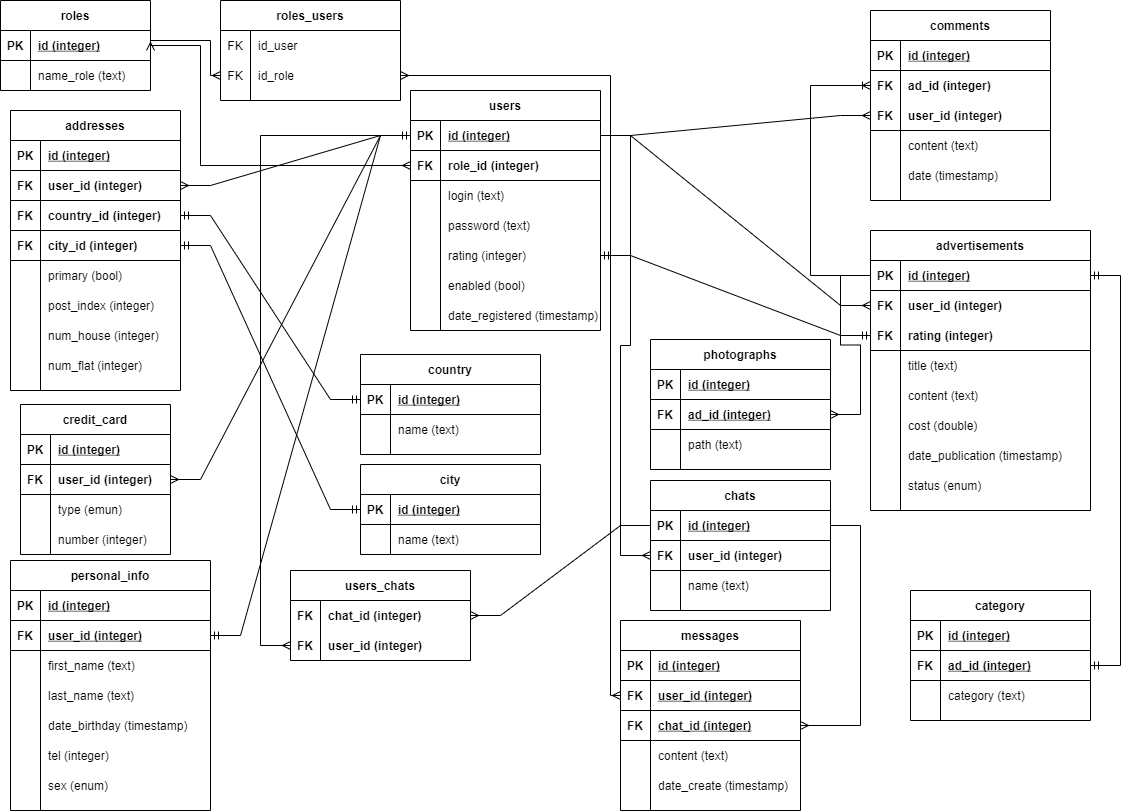
The draw.io diagram DiagramaSQL/ER-diagram.png in ElisBuh/PrivateAdvertisements, before a commit. Source tidied: cells renumbered, new cells last; positions are measured from the earlier drawing's top-left corner, leaving out a move shared by most shapes.
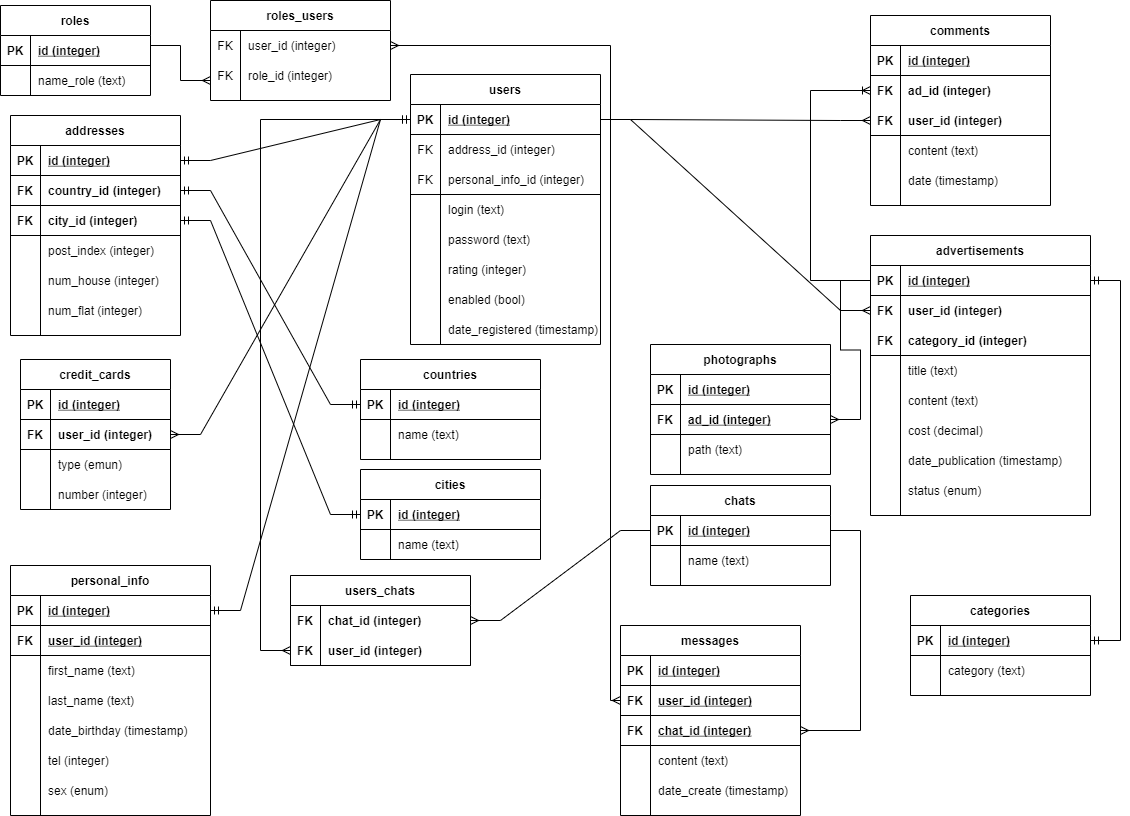
The same diagram one commit later.

The edit, as a diff of the source:
```diff
@@ -26,3 +26,3 @@
     <mxCell id="9" value="users" style="shape=table;startSize=30;rowLines=0;fontStyle=1;align=center;strokeColor=default;" parent="1" vertex="1">
-      <mxGeometry x="410" y="90" width="190" height="240" as="geometry" />
+      <mxGeometry x="410" y="69" width="190" height="270" as="geometry" />
     </mxCell>
@@ -37,13 +37,22 @@
     </mxCell>
-    <mxCell id="13" style="shape=partialRectangle;fillColor=none;top=0;left=0;bottom=1;right=0;points=[[0,0.5],[1,0.5]];portConstraint=eastwest;strokeColor=default;" parent="9" vertex="1">
-      <mxGeometry y="60" width="190" height="30" as="geometry" />
-    </mxCell>
-    <mxCell id="14" value="FK" style="shape=partialRectangle;fillColor=none;top=0;left=0;bottom=0;right=0;fontStyle=1;overflow=hidden;" parent="13" vertex="1">
-      <mxGeometry width="30" height="30" as="geometry" />
-    </mxCell>
-    <mxCell id="15" value="role_id (integer)" style="shape=partialRectangle;fillColor=none;top=0;left=0;bottom=0;right=0;align=left;spacingLeft=6;fontStyle=1;overflow=hidden;strokeColor=none;" parent="13" vertex="1">
-      <mxGeometry x="30" width="160" height="30" as="geometry" />
-    </mxCell>
+    <mxCell id="225" style="shape=partialRectangle;fillColor=none;top=0;left=0;bottom=0;right=0;strokeColor=default;" parent="9" vertex="1">
+      <mxGeometry y="60" width="190" height="30" as="geometry" />
+    </mxCell>
+    <mxCell id="226" value="FK" style="shape=partialRectangle;fillColor=none;top=0;left=0;bottom=0;right=0;overflow=hidden;" parent="225" vertex="1">
+      <mxGeometry width="30" height="30" as="geometry" />
+    </mxCell>
+    <mxCell id="227" value="address_id (integer)" style="shape=partialRectangle;fillColor=none;top=0;left=0;bottom=0;right=0;align=left;spacingLeft=6;overflow=hidden;" parent="225" vertex="1">
+      <mxGeometry x="30" width="160" height="30" as="geometry" />
+    </mxCell>
+    <mxCell id="228" style="shape=partialRectangle;fillColor=none;top=0;left=0;bottom=1;right=0;strokeColor=default;shadow=0;strokeWidth=1;" parent="9" vertex="1">
+      <mxGeometry y="90" width="190" height="30" as="geometry" />
+    </mxCell>
+    <mxCell id="229" value="FK" style="shape=partialRectangle;fillColor=none;top=0;left=0;bottom=0;right=0;overflow=hidden;" parent="228" vertex="1">
+      <mxGeometry width="30" height="30" as="geometry" />
+    </mxCell>
+    <mxCell id="230" value="personal_info_id (integer)" style="shape=partialRectangle;fillColor=none;top=0;left=0;bottom=0;right=0;align=left;spacingLeft=6;overflow=hidden;" parent="228" vertex="1">
+      <mxGeometry x="30" width="160" height="30" as="geometry" />
+    </mxCell>
     <mxCell id="16" style="shape=partialRectangle;fillColor=none;top=0;left=0;bottom=0;right=0;" parent="9" vertex="1">
-      <mxGeometry y="90" width="190" height="30" as="geometry" />
+      <mxGeometry y="120" width="190" height="30" as="geometry" />
     </mxCell>
@@ -56,3 +65,3 @@
     <mxCell id="19" style="shape=partialRectangle;fillColor=none;top=0;left=0;bottom=0;right=0;" parent="9" vertex="1">
-      <mxGeometry y="120" width="190" height="30" as="geometry" />
+      <mxGeometry y="150" width="190" height="30" as="geometry" />
     </mxCell>
@@ -65,3 +74,3 @@
     <mxCell id="22" style="shape=partialRectangle;fillColor=none;top=0;left=0;bottom=0;right=0;points=[[0,0.5],[1,0.5]];portConstraint=eastwest;" parent="9" vertex="1">
-      <mxGeometry y="150" width="190" height="30" as="geometry" />
+      <mxGeometry y="180" width="190" height="30" as="geometry" />
     </mxCell>
@@ -74,3 +83,3 @@
     <mxCell id="25" style="shape=partialRectangle;fillColor=none;top=0;left=0;bottom=0;right=0;" parent="9" vertex="1">
-      <mxGeometry y="180" width="190" height="30" as="geometry" />
+      <mxGeometry y="210" width="190" height="30" as="geometry" />
     </mxCell>
@@ -83,3 +92,3 @@
     <mxCell id="28" style="shape=partialRectangle;fillColor=none;top=0;left=0;bottom=0;right=0;" parent="9" vertex="1">
-      <mxGeometry y="210" width="190" height="30" as="geometry" />
+      <mxGeometry y="240" width="190" height="30" as="geometry" />
     </mxCell>
@@ -92,3 +101,3 @@
     <mxCell id="31" value="addresses" style="shape=table;startSize=30;rowLines=0;fontStyle=1;align=center;strokeColor=default;fillColor=none;" parent="1" vertex="1">
-      <mxGeometry x="10" y="110" width="170" height="280" as="geometry" />
+      <mxGeometry x="10" y="110" width="170" height="220" as="geometry" />
     </mxCell>
@@ -103,13 +112,4 @@
     </mxCell>
-    <mxCell id="35" style="shape=partialRectangle;fillColor=none;top=0;left=0;bottom=1;right=0;points=[[0,0.5],[1,0.5]];portConstraint=eastwest;strokeColor=default;align=left;" parent="31" vertex="1">
-      <mxGeometry y="60" width="170" height="30" as="geometry" />
-    </mxCell>
-    <mxCell id="36" value="FK" style="shape=partialRectangle;fillColor=none;top=0;left=0;bottom=0;right=0;fontStyle=1;overflow=hidden;strokeColor=default;align=center;" parent="35" vertex="1">
-      <mxGeometry width="30" height="30" as="geometry" />
-    </mxCell>
-    <mxCell id="37" value="user_id (integer)" style="shape=partialRectangle;fillColor=none;top=0;left=0;bottom=0;right=0;align=left;spacingLeft=6;fontStyle=1;overflow=hidden;strokeColor=default;" parent="35" vertex="1">
-      <mxGeometry x="30" width="140" height="30" as="geometry" />
-    </mxCell>
     <mxCell id="38" style="shape=partialRectangle;fillColor=none;top=0;left=0;bottom=1;right=0;points=[[0,0.5],[1,0.5]];portConstraint=eastwest;strokeColor=default;align=left;" parent="31" vertex="1">
-      <mxGeometry y="90" width="170" height="30" as="geometry" />
+      <mxGeometry y="60" width="170" height="30" as="geometry" />
     </mxCell>
@@ -122,3 +122,3 @@
     <mxCell id="41" style="shape=partialRectangle;fillColor=none;top=0;left=0;bottom=1;right=0;points=[[0,0.5],[1,0.5]];portConstraint=eastwest;strokeColor=default;align=left;" parent="31" vertex="1">
-      <mxGeometry y="120" width="170" height="30" as="geometry" />
+      <mxGeometry y="90" width="170" height="30" as="geometry" />
     </mxCell>
@@ -130,13 +130,4 @@
     </mxCell>
-    <mxCell id="44" style="shape=partialRectangle;fillColor=none;top=0;left=0;bottom=0;right=0;strokeColor=default;align=left;" parent="31" vertex="1">
-      <mxGeometry y="150" width="170" height="30" as="geometry" />
-    </mxCell>
-    <mxCell id="45" style="shape=partialRectangle;fillColor=none;top=0;left=0;bottom=0;right=0;overflow=hidden;strokeColor=default;align=left;" parent="44" vertex="1">
-      <mxGeometry width="30" height="30" as="geometry" />
-    </mxCell>
-    <mxCell id="46" value="primary (bool)" style="shape=partialRectangle;fillColor=none;top=0;left=0;bottom=0;right=0;align=left;spacingLeft=6;overflow=hidden;strokeColor=default;" parent="44" vertex="1">
-      <mxGeometry x="30" width="140" height="30" as="geometry" />
-    </mxCell>
     <mxCell id="47" style="shape=partialRectangle;fillColor=none;top=0;left=0;bottom=0;right=0;strokeColor=default;align=left;" parent="31" vertex="1">
-      <mxGeometry y="180" width="170" height="30" as="geometry" />
+      <mxGeometry y="120" width="170" height="30" as="geometry" />
     </mxCell>
@@ -149,3 +140,3 @@
     <mxCell id="50" style="shape=partialRectangle;fillColor=none;top=0;left=0;bottom=0;right=0;strokeColor=default;align=left;" parent="31" vertex="1">
-      <mxGeometry y="210" width="170" height="30" as="geometry" />
+      <mxGeometry y="150" width="170" height="30" as="geometry" />
     </mxCell>
@@ -158,3 +149,3 @@
     <mxCell id="53" style="shape=partialRectangle;fillColor=none;top=0;left=0;bottom=0;right=0;strokeColor=default;align=left;" parent="31" vertex="1">
-      <mxGeometry y="240" width="170" height="30" as="geometry" />
+      <mxGeometry y="180" width="170" height="30" as="geometry" />
     </mxCell>
@@ -166,7 +157,4 @@
     </mxCell>
-    <mxCell id="56" style="edgeStyle=entityRelationEdgeStyle;fontSize=12;html=1;endArrow=ERmany;rounded=0;entryX=1;entryY=0.5;entryDx=0;entryDy=0;exitX=0;exitY=0.5;exitDx=0;exitDy=0;" parent="1" edge="1" source="10" target="35">
-      <mxGeometry relative="1" as="geometry" />
-    </mxCell>
-    <mxCell id="57" value="credit_card" style="shape=table;startSize=30;rowLines=0;fontStyle=1;align=center;" parent="1" vertex="1">
-      <mxGeometry x="20" y="404" width="150" height="150" as="geometry" />
+    <mxCell id="57" value="credit_cards" style="shape=table;startSize=30;rowLines=0;fontStyle=1;align=center;" parent="1" vertex="1">
+      <mxGeometry x="20" y="354" width="150" height="150" as="geometry" />
     </mxCell>
@@ -235,8 +223,8 @@
     </mxCell>
-    <mxCell id="79" value="FK" style="shape=partialRectangle;fillColor=none;top=0;left=0;bottom=0;right=0;fontStyle=1;overflow=hidden;strokeColor=default;" parent="78" vertex="1">
-      <mxGeometry width="30" height="30" as="geometry" />
-    </mxCell>
-    <mxCell id="80" value="rating (integer)" style="shape=partialRectangle;fillColor=none;top=0;left=0;bottom=0;right=0;align=left;spacingLeft=6;fontStyle=1;overflow=hidden;strokeColor=default;" parent="78" vertex="1">
-      <mxGeometry x="30" width="190" height="30" as="geometry" />
-    </mxCell>
+    <mxCell id="231" value="FK" style="shape=partialRectangle;fillColor=none;top=0;left=0;bottom=0;right=0;fontStyle=1;overflow=hidden;strokeColor=default;" parent="78" vertex="1">
+      <mxGeometry width="30" height="30" as="geometry" />
+    </mxCell>
+    <mxCell id="232" value="category_id (integer)" style="shape=partialRectangle;fillColor=none;top=0;left=0;bottom=0;right=0;align=left;spacingLeft=6;fontStyle=1;overflow=hidden;strokeColor=default;" parent="78" vertex="1">
+      <mxGeometry x="30" width="190" height="30" as="geometry" />
+    </mxCell>
     <mxCell id="81" style="shape=partialRectangle;fillColor=none;top=0;left=0;bottom=0;right=0;strokeColor=default;" parent="71" vertex="1">
@@ -265,3 +253,3 @@
     </mxCell>
-    <mxCell id="89" value="cost (double)" style="shape=partialRectangle;fillColor=none;top=0;left=0;bottom=0;right=0;align=left;spacingLeft=6;overflow=hidden;strokeColor=default;" parent="87" vertex="1">
+    <mxCell id="89" value="cost (decimal)" style="shape=partialRectangle;fillColor=none;top=0;left=0;bottom=0;right=0;align=left;spacingLeft=6;overflow=hidden;strokeColor=default;" parent="87" vertex="1">
       <mxGeometry x="30" width="190" height="30" as="geometry" />
@@ -348,7 +336,4 @@
     </mxCell>
-    <mxCell id="115" style="edgeStyle=entityRelationEdgeStyle;fontSize=12;html=1;endArrow=ERmandOne;startArrow=ERmandOne;rounded=0;exitX=1;exitY=0.5;exitDx=0;exitDy=0;entryX=0;entryY=0.5;entryDx=0;entryDy=0;" parent="1" edge="1" source="22" target="78">
-      <mxGeometry relative="1" as="geometry" />
-    </mxCell>
     <mxCell id="116" value="chats" style="shape=table;startSize=30;rowLines=0;fontStyle=1;align=center;strokeColor=default;" parent="1" vertex="1">
-      <mxGeometry x="650" y="480" width="180" height="130" as="geometry" />
+      <mxGeometry x="650" y="480" width="180" height="100" as="geometry" />
     </mxCell>
@@ -363,13 +348,4 @@
     </mxCell>
-    <mxCell id="120" style="shape=partialRectangle;fillColor=none;top=0;left=0;bottom=1;right=0;points=[[0,0.5],[1,0.5]];portConstraint=eastwest;strokeColor=default;" parent="116" vertex="1">
-      <mxGeometry y="60" width="180" height="30" as="geometry" />
-    </mxCell>
-    <mxCell id="121" value="FK" style="shape=partialRectangle;fillColor=none;top=0;left=0;bottom=0;right=0;fontStyle=1;overflow=hidden;strokeColor=default;" parent="120" vertex="1">
-      <mxGeometry width="30" height="30" as="geometry" />
-    </mxCell>
-    <mxCell id="122" value="user_id (integer)" style="shape=partialRectangle;fillColor=none;top=0;left=0;bottom=0;right=0;align=left;spacingLeft=6;fontStyle=1;overflow=hidden;strokeColor=default;" parent="120" vertex="1">
-      <mxGeometry x="30" width="150" height="30" as="geometry" />
-    </mxCell>
     <mxCell id="123" style="shape=partialRectangle;fillColor=none;top=0;left=0;bottom=0;right=0;strokeColor=default;" parent="116" vertex="1">
-      <mxGeometry y="90" width="180" height="30" as="geometry" />
+      <mxGeometry y="60" width="180" height="30" as="geometry" />
     </mxCell>
@@ -381,5 +357,2 @@
     </mxCell>
-    <mxCell id="126" style="edgeStyle=entityRelationEdgeStyle;fontSize=12;html=1;endArrow=ERmany;rounded=0;exitX=1;exitY=0.5;exitDx=0;exitDy=0;" parent="1" edge="1" source="10" target="120">
-      <mxGeometry relative="1" as="geometry" />
-    </mxCell>
     <mxCell id="127" value="users_chats" style="shape=table;startSize=30;rowLines=0;fontStyle=1;align=center;strokeColor=default;" parent="1" vertex="1">
@@ -477,4 +450,4 @@
     </mxCell>
-    <mxCell id="154" value="category" style="shape=table;startSize=30;rowLines=0;fontStyle=1;align=center;" parent="1" vertex="1">
-      <mxGeometry x="910" y="590" width="180" height="130" as="geometry" />
+    <mxCell id="154" value="categories" style="shape=table;startSize=30;rowLines=0;fontStyle=1;align=center;" parent="1" vertex="1">
+      <mxGeometry x="910" y="590" width="180" height="100" as="geometry" />
     </mxCell>
@@ -489,13 +462,4 @@
     </mxCell>
-    <mxCell id="158" style="shape=partialRectangle;fillColor=none;top=0;left=0;bottom=1;right=0;points=[[0,0.5],[1,0.5]];portConstraint=eastwest;" parent="154" vertex="1">
-      <mxGeometry y="60" width="180" height="30" as="geometry" />
-    </mxCell>
-    <mxCell id="159" value="FK" style="shape=partialRectangle;fillColor=none;top=0;left=0;bottom=0;right=0;fontStyle=1;overflow=hidden;" parent="158" vertex="1">
-      <mxGeometry width="30" height="30" as="geometry" />
-    </mxCell>
-    <mxCell id="160" value="ad_id (integer)" style="shape=partialRectangle;fillColor=none;top=0;left=0;bottom=0;right=0;align=left;spacingLeft=6;fontStyle=5;overflow=hidden;" parent="158" vertex="1">
-      <mxGeometry x="30" width="150" height="30" as="geometry" />
-    </mxCell>
     <mxCell id="161" style="shape=partialRectangle;fillColor=none;top=0;left=0;bottom=0;right=0;" parent="154" vertex="1">
-      <mxGeometry y="90" width="180" height="30" as="geometry" />
+      <mxGeometry y="60" width="180" height="30" as="geometry" />
     </mxCell>
@@ -507,3 +471,3 @@
     </mxCell>
-    <mxCell id="164" style="edgeStyle=entityRelationEdgeStyle;fontSize=12;html=1;endArrow=ERmandOne;startArrow=ERmandOne;rounded=0;entryX=1;entryY=0.5;entryDx=0;entryDy=0;" parent="1" edge="1" source="158" target="72">
+    <mxCell id="164" style="edgeStyle=entityRelationEdgeStyle;fontSize=12;html=1;endArrow=ERmandOne;startArrow=ERmandOne;rounded=0;entryX=1;entryY=0.5;entryDx=0;entryDy=0;exitX=1;exitY=0.5;exitDx=0;exitDy=0;" parent="1" edge="1" source="155" target="72">
       <mxGeometry relative="1" as="geometry" />
@@ -576,14 +540,5 @@
     </mxCell>
-    <mxCell id="187" style="edgeStyle=entityRelationEdgeStyle;fontSize=12;html=1;endArrow=ERmandOne;startArrow=ERmandOne;rounded=0;" parent="1" edge="1" source="169" target="10">
+    <mxCell id="187" style="edgeStyle=entityRelationEdgeStyle;fontSize=12;html=1;endArrow=ERmandOne;startArrow=ERmandOne;rounded=0;exitX=1;exitY=0.5;exitDx=0;exitDy=0;" parent="1" edge="1" source="166" target="10">
       <mxGeometry relative="1" as="geometry" />
     </mxCell>
-    <mxCell id="188" style="edgeStyle=orthogonalEdgeStyle;fontSize=12;html=1;endArrow=ERmany;startArrow=ERmany;rounded=0;" parent="1" edge="1" target="13">
-      <mxGeometry relative="1" as="geometry">
-        <mxPoint x="150" y="50" as="sourcePoint" />
-        <Array as="points">
-          <mxPoint x="200" y="45" />
-          <mxPoint x="200" y="165" />
-        </Array>
-      </mxGeometry>
-    </mxCell>
     <mxCell id="189" value="photographs" style="shape=table;startSize=30;rowLines=0;fontStyle=1;align=center;" parent="1" vertex="1">
@@ -621,3 +576,3 @@
     </mxCell>
-    <mxCell id="200" value="country" style="shape=table;startSize=30;rowLines=0;fontStyle=1;align=center;" parent="1" vertex="1">
+    <mxCell id="200" value="countries" style="shape=table;startSize=30;rowLines=0;fontStyle=1;align=center;" parent="1" vertex="1">
       <mxGeometry x="360" y="354" width="180" height="100" as="geometry" />
@@ -645,3 +600,3 @@
     </mxCell>
-    <mxCell id="208" value="city" style="shape=table;startSize=30;rowLines=0;fontStyle=1;align=center;" parent="1" vertex="1">
+    <mxCell id="208" value="cities" style="shape=table;startSize=30;rowLines=0;fontStyle=1;align=center;" parent="1" vertex="1">
       <mxGeometry x="360" y="464" width="180" height="90" as="geometry" />
@@ -670,3 +625,3 @@
     <mxCell id="216" value="roles_users" style="shape=table;startSize=30;rowLines=0;fontStyle=1;align=center;" parent="1" vertex="1">
-      <mxGeometry x="220" width="180" height="100" as="geometry" />
+      <mxGeometry x="210" y="-5" width="180" height="100" as="geometry" />
     </mxCell>
@@ -678,3 +633,3 @@
     </mxCell>
-    <mxCell id="219" value="id_user" style="shape=partialRectangle;fillColor=none;top=0;left=0;bottom=0;right=0;align=left;spacingLeft=6;overflow=hidden;" parent="217" vertex="1">
+    <mxCell id="219" value="user_id (integer)" style="shape=partialRectangle;fillColor=none;top=0;left=0;bottom=0;right=0;align=left;spacingLeft=6;overflow=hidden;" parent="217" vertex="1">
       <mxGeometry x="30" width="150" height="30" as="geometry" />
@@ -687,10 +642,10 @@
     </mxCell>
-    <mxCell id="222" value="id_role" style="shape=partialRectangle;fillColor=none;top=0;left=0;bottom=0;right=0;align=left;spacingLeft=6;overflow=hidden;" parent="220" vertex="1">
+    <mxCell id="222" value="role_id (integer)" style="shape=partialRectangle;fillColor=none;top=0;left=0;bottom=0;right=0;align=left;spacingLeft=6;overflow=hidden;" parent="220" vertex="1">
       <mxGeometry x="30" width="150" height="30" as="geometry" />
     </mxCell>
-    <mxCell id="223" style="edgeStyle=orthogonalEdgeStyle;fontSize=12;html=1;endArrow=ERmany;rounded=0;entryX=0;entryY=0.5;entryDx=0;entryDy=0;" parent="1" edge="1" source="3" target="220">
+    <mxCell id="223" style="edgeStyle=orthogonalEdgeStyle;fontSize=12;html=1;endArrow=ERmany;rounded=0;" parent="1" edge="1" source="3" target="220">
       <mxGeometry relative="1" as="geometry">
         <Array as="points">
-          <mxPoint x="210" y="40" />
-          <mxPoint x="210" y="75" />
+          <mxPoint x="180" y="40" />
+          <mxPoint x="180" y="75" />
         </Array>
@@ -698,5 +653,8 @@
     </mxCell>
-    <mxCell id="224" style="edgeStyle=orthogonalEdgeStyle;fontSize=12;html=1;endArrow=ERmany;rounded=0;exitX=1;exitY=0.5;exitDx=0;exitDy=0;entryX=1;entryY=0.5;entryDx=0;entryDy=0;" parent="1" edge="1" source="10" target="220">
+    <mxCell id="224" style="edgeStyle=orthogonalEdgeStyle;fontSize=12;html=1;endArrow=ERmany;rounded=0;exitX=1;exitY=0.5;exitDx=0;exitDy=0;entryX=1;entryY=0.5;entryDx=0;entryDy=0;" parent="1" edge="1" source="10" target="217">
       <mxGeometry relative="1" as="geometry" />
     </mxCell>
+    <mxCell id="233" style="edgeStyle=entityRelationEdgeStyle;fontSize=12;html=1;endArrow=ERmandOne;startArrow=ERmandOne;rounded=0;entryX=0;entryY=0.5;entryDx=0;entryDy=0;exitX=1;exitY=0.5;exitDx=0;exitDy=0;" parent="1" edge="1" source="32" target="10">
+      <mxGeometry relative="1" as="geometry" />
+    </mxCell>
   </root>
```
